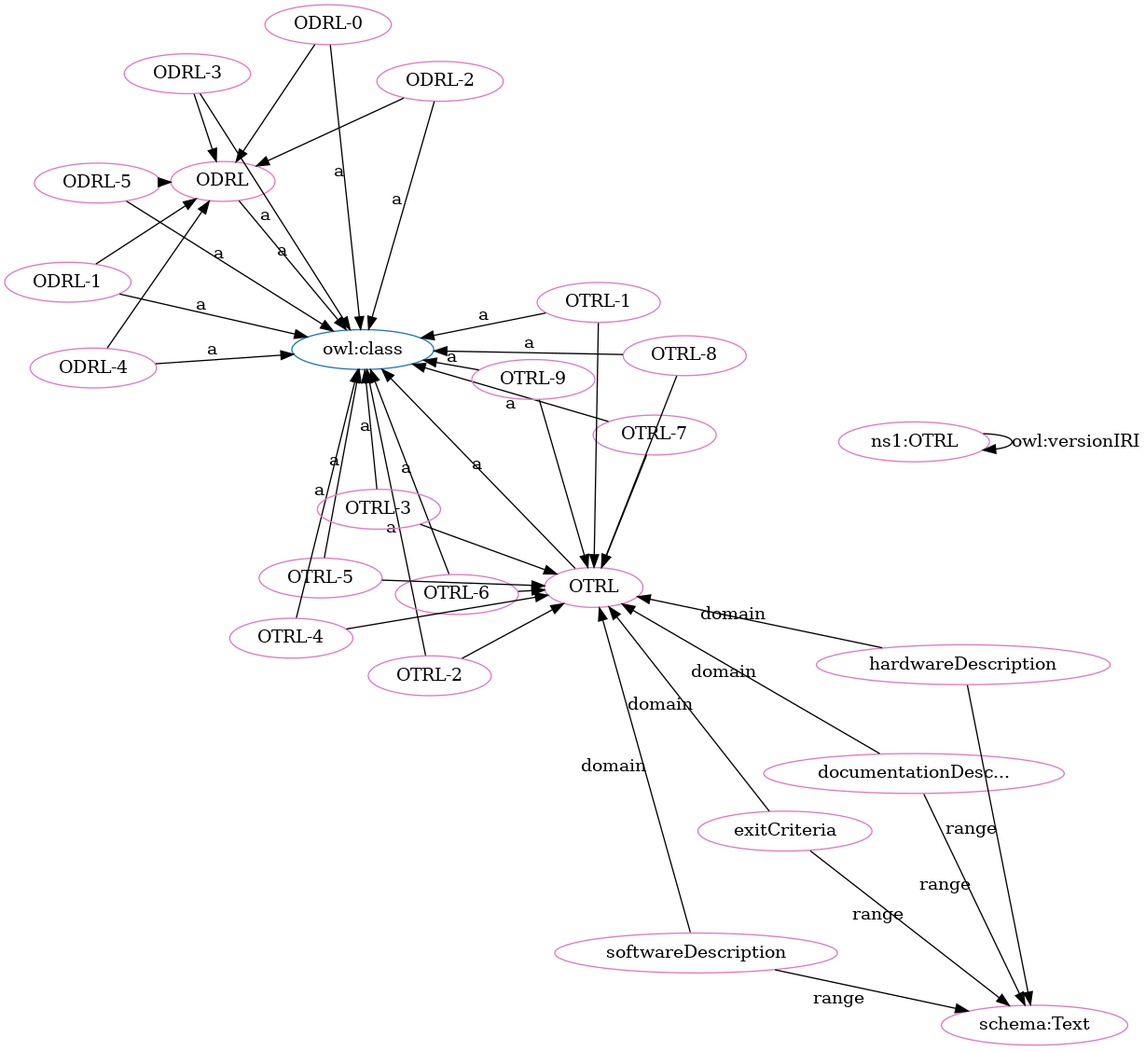
OPEN-NEXT/OKH-LOSH keeps this Graphviz diagram as OTRL-clean.png. Above is the earlier version. Its source is kept beside it as OTRL-clean.dot.
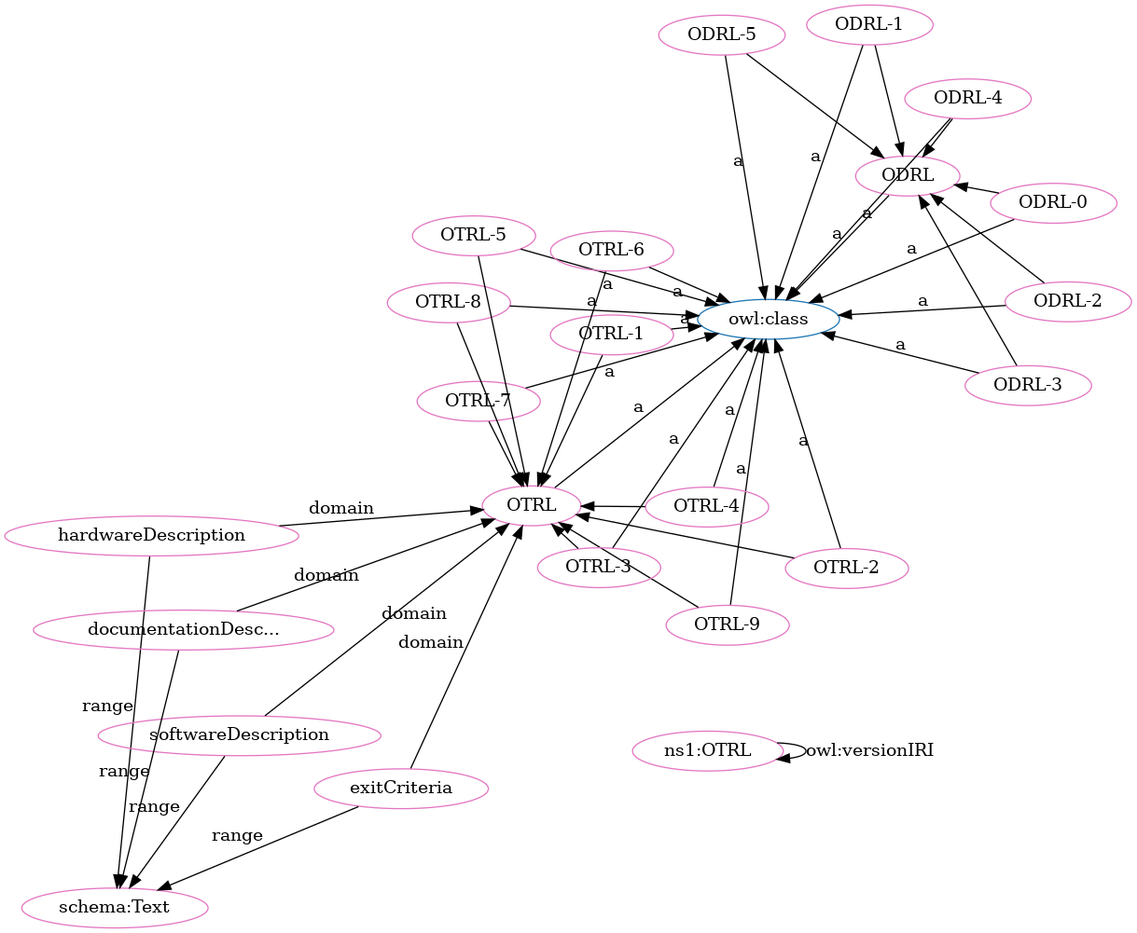
The same diagram one commit later.

The edit, as a diff of the source:
```diff
@@ -1,71 +1,71 @@
 digraph G {
   rankdir=BT
   node[height=.3]
+"http://www.w3.org/2002/07/owl#class" [fillcolor="#1f77b4" color="#1f77b4" label="owl:class"]
 "http://purl.org/oseg/ontologies/OTRL#ODRL" [fillcolor="#1f77b4" color="#1f77b4" label="ODRL"]
 "http://purl.org/oseg/ontologies/OTRL#OTRL" [fillcolor="#1f77b4" color="#1f77b4" label="OTRL"]
-"http://www.w3.org/2002/07/owl#class" [fillcolor="#1f77b4" color="#1f77b4" label="owl:class"]
-"http://purl.org/oseg/ontologies/OTRL#ODRL-3" [fillcolor="#e377c2" color="#e377c2" label="ODRL-3"]
 "http://purl.org/oseg/ontologies/OTRL#OTRL" [fillcolor="#e377c2" color="#e377c2" label="OTRL"]
+"http://purl.org/oseg/ontologies/OTRL#ODRL" [fillcolor="#e377c2" color="#e377c2" label="ODRL"]
+"http://purl.org/oseg/ontologies/OTRL#ODRL-0" [fillcolor="#e377c2" color="#e377c2" label="ODRL-0"]
 "http://schema.org/Text" [fillcolor="#e377c2" color="#e377c2" label="schema:Text"]
-"http://purl.org/oseg/ontologies/OTRL#ODRL" [fillcolor="#e377c2" color="#e377c2" label="ODRL"]
-"http://purl.org/oseg/ontologies/OTRL#OTRL-7" [fillcolor="#e377c2" color="#e377c2" label="OTRL-7"]
-"http://purl.org/oseg/ontologies/OTRL#ODRL-4" [fillcolor="#e377c2" color="#e377c2" label="ODRL-4"]
-"http://purl.org/oseg/ontologies/OTRL#OTRL-1" [fillcolor="#e377c2" color="#e377c2" label="OTRL-1"]
-"http://purl.org/oseg/ontologies/OTRL#OTRL-2" [fillcolor="#e377c2" color="#e377c2" label="OTRL-2"]
-"http://purl.org/oseg/ontologies/OTRL#softwareDescription" [fillcolor="#e377c2" color="#e377c2" label="softwareDescription"]
-"http://purl.org/oseg/ontologies/OTRL" [fillcolor="#e377c2" color="#e377c2" label="ns1:OTRL"]
-"http://purl.org/oseg/ontologies/OTRL#OTRL-6" [fillcolor="#e377c2" color="#e377c2" label="OTRL-6"]
-"http://purl.org/oseg/ontologies/OTRL#OTRL-5" [fillcolor="#e377c2" color="#e377c2" label="OTRL-5"]
-"http://purl.org/oseg/ontologies/OTRL#OTRL-9" [fillcolor="#e377c2" color="#e377c2" label="OTRL-9"]
-"http://purl.org/oseg/ontologies/OTRL#ODRL-0" [fillcolor="#e377c2" color="#e377c2" label="ODRL-0"]
+"http://purl.org/oseg/ontologies/OTRL#ODRL-5" [fillcolor="#e377c2" color="#e377c2" label="ODRL-5"]
 "http://purl.org/oseg/ontologies/OTRL#exitCriteria" [fillcolor="#e377c2" color="#e377c2" label="exitCriteria"]
 "http://purl.org/oseg/ontologies/OTRL#ODRL-2" [fillcolor="#e377c2" color="#e377c2" label="ODRL-2"]
+"http://purl.org/oseg/ontologies/OTRL#ODRL-1" [fillcolor="#e377c2" color="#e377c2" label="ODRL-1"]
+"http://purl.org/oseg/ontologies/OTRL#OTRL-9" [fillcolor="#e377c2" color="#e377c2" label="OTRL-9"]
+"http://purl.org/oseg/ontologies/OTRL#OTRL-7" [fillcolor="#e377c2" color="#e377c2" label="OTRL-7"]
+"http://purl.org/oseg/ontologies/OTRL#hardwareDescription" [fillcolor="#e377c2" color="#e377c2" label="hardwareDescription"]
+"http://purl.org/oseg/ontologies/OTRL#OTRL-1" [fillcolor="#e377c2" color="#e377c2" label="OTRL-1"]
+"http://purl.org/oseg/ontologies/OTRL" [fillcolor="#e377c2" color="#e377c2" label="ns1:OTRL"]
+"http://purl.org/oseg/ontologies/OTRL#ODRL-3" [fillcolor="#e377c2" color="#e377c2" label="ODRL-3"]
+"http://purl.org/oseg/ontologies/OTRL#OTRL-8" [fillcolor="#e377c2" color="#e377c2" label="OTRL-8"]
+"http://purl.org/oseg/ontologies/OTRL#OTRL-3" [fillcolor="#e377c2" color="#e377c2" label="OTRL-3"]
+"http://purl.org/oseg/ontologies/OTRL#OTRL-2" [fillcolor="#e377c2" color="#e377c2" label="OTRL-2"]
+"http://purl.org/oseg/ontologies/OTRL#ODRL-4" [fillcolor="#e377c2" color="#e377c2" label="ODRL-4"]
+"http://purl.org/oseg/ontologies/OTRL#OTRL-5" [fillcolor="#e377c2" color="#e377c2" label="OTRL-5"]
+"http://purl.org/oseg/ontologies/OTRL#OTRL-6" [fillcolor="#e377c2" color="#e377c2" label="OTRL-6"]
+"http://purl.org/oseg/ontologies/OTRL#softwareDescription" [fillcolor="#e377c2" color="#e377c2" label="softwareDescription"]
 "http://purl.org/oseg/ontologies/OTRL#documentationDescription" [fillcolor="#e377c2" color="#e377c2" label="documentationDesc..."]
-"http://purl.org/oseg/ontologies/OTRL#hardwareDescription" [fillcolor="#e377c2" color="#e377c2" label="hardwareDescription"]
-"http://purl.org/oseg/ontologies/OTRL#ODRL-1" [fillcolor="#e377c2" color="#e377c2" label="ODRL-1"]
-"http://purl.org/oseg/ontologies/OTRL#ODRL-5" [fillcolor="#e377c2" color="#e377c2" label="ODRL-5"]
 "http://purl.org/oseg/ontologies/OTRL#OTRL-4" [fillcolor="#e377c2" color="#e377c2" label="OTRL-4"]
-"http://purl.org/oseg/ontologies/OTRL#OTRL-3" [fillcolor="#e377c2" color="#e377c2" label="OTRL-3"]
-"http://purl.org/oseg/ontologies/OTRL#OTRL-8" [fillcolor="#e377c2" color="#e377c2" label="OTRL-8"]
-  "http://purl.org/oseg/ontologies/OTRL#ODRL-3" -> "http://www.w3.org/2002/07/owl#class" [label="a"]
-  "http://purl.org/oseg/ontologies/OTRL#softwareDescription" -> "http://schema.org/Text" [label="range"]
-  "http://purl.org/oseg/ontologies/OTRL#ODRL-1" -> "http://purl.org/oseg/ontologies/OTRL#ODRL" [label=""]
   "http://purl.org/oseg/ontologies/OTRL#exitCriteria" -> "http://purl.org/oseg/ontologies/OTRL#OTRL" [label="domain"]
+  "http://purl.org/oseg/ontologies/OTRL#ODRL-0" -> "http://www.w3.org/2002/07/owl#class" [label="a"]
+  "http://purl.org/oseg/ontologies/OTRL#exitCriteria" -> "http://schema.org/Text" [label="range"]
+  "http://purl.org/oseg/ontologies/OTRL#ODRL-5" -> "http://www.w3.org/2002/07/owl#class" [label="a"]
+  "http://purl.org/oseg/ontologies/OTRL#OTRL-7" -> "http://purl.org/oseg/ontologies/OTRL#OTRL" [label=""]
+  "http://purl.org/oseg/ontologies/OTRL#OTRL-1" -> "http://purl.org/oseg/ontologies/OTRL#OTRL" [label=""]
+  "http://purl.org/oseg/ontologies/OTRL#documentationDescription" -> "http://schema.org/Text" [label="range"]
+  "http://purl.org/oseg/ontologies/OTRL#ODRL-2" -> "http://www.w3.org/2002/07/owl#class" [label="a"]
+  "http://purl.org/oseg/ontologies/OTRL#OTRL-3" -> "http://purl.org/oseg/ontologies/OTRL#OTRL" [label=""]
+  "http://purl.org/oseg/ontologies/OTRL#OTRL-6" -> "http://purl.org/oseg/ontologies/OTRL#OTRL" [label=""]
+  "http://purl.org/oseg/ontologies/OTRL#OTRL-9" -> "http://www.w3.org/2002/07/owl#class" [label="a"]
   "http://purl.org/oseg/ontologies/OTRL#OTRL-7" -> "http://www.w3.org/2002/07/owl#class" [label="a"]
   "http://purl.org/oseg/ontologies/OTRL#OTRL-1" -> "http://www.w3.org/2002/07/owl#class" [label="a"]
-  "http://purl.org/oseg/ontologies/OTRL#ODRL-5" -> "http://purl.org/oseg/ontologies/OTRL#ODRL" [label=""]
+  "http://purl.org/oseg/ontologies/OTRL#OTRL-3" -> "http://www.w3.org/2002/07/owl#class" [label="a"]
+  "http://purl.org/oseg/ontologies/OTRL#ODRL-4" -> "http://purl.org/oseg/ontologies/OTRL#ODRL" [label=""]
+  "http://purl.org/oseg/ontologies/OTRL#OTRL-4" -> "http://purl.org/oseg/ontologies/OTRL#OTRL" [label=""]
+  "http://purl.org/oseg/ontologies/OTRL#ODRL-1" -> "http://purl.org/oseg/ontologies/OTRL#ODRL" [label=""]
+  "http://purl.org/oseg/ontologies/OTRL#OTRL-6" -> "http://www.w3.org/2002/07/owl#class" [label="a"]
+  "http://purl.org/oseg/ontologies/OTRL#softwareDescription" -> "http://schema.org/Text" [label="range"]
+  "http://purl.org/oseg/ontologies/OTRL#OTRL-2" -> "http://purl.org/oseg/ontologies/OTRL#OTRL" [label=""]
+  "http://purl.org/oseg/ontologies/OTRL#ODRL" -> "http://www.w3.org/2002/07/owl#class" [label="a"]
   "http://purl.org/oseg/ontologies/OTRL#ODRL-3" -> "http://purl.org/oseg/ontologies/OTRL#ODRL" [label=""]
-  "http://purl.org/oseg/ontologies/OTRL#OTRL-3" -> "http://purl.org/oseg/ontologies/OTRL#OTRL" [label=""]
-  "http://purl.org/oseg/ontologies/OTRL#OTRL-9" -> "http://www.w3.org/2002/07/owl#class" [label="a"]
-  "http://purl.org/oseg/ontologies/OTRL#ODRL-2" -> "http://purl.org/oseg/ontologies/OTRL#ODRL" [label=""]
-  "http://purl.org/oseg/ontologies/OTRL#ODRL" -> "http://www.w3.org/2002/07/owl#class" [label="a"]
-  "http://purl.org/oseg/ontologies/OTRL#hardwareDescription" -> "http://schema.org/Text" [label="range"]
-  "http://purl.org/oseg/ontologies/OTRL#OTRL-7" -> "http://purl.org/oseg/ontologies/OTRL#OTRL" [label=""]
-  "http://purl.org/oseg/ontologies/OTRL#OTRL-1" -> "http://purl.org/oseg/ontologies/OTRL#OTRL" [label=""]
-  "http://purl.org/oseg/ontologies/OTRL#OTRL-2" -> "http://purl.org/oseg/ontologies/OTRL#OTRL" [label=""]
-  "http://purl.org/oseg/ontologies/OTRL#ODRL-5" -> "http://www.w3.org/2002/07/owl#class" [label="a"]
   "http://purl.org/oseg/ontologies/OTRL#OTRL-4" -> "http://www.w3.org/2002/07/owl#class" [label="a"]
   "http://purl.org/oseg/ontologies/OTRL#documentationDescription" -> "http://purl.org/oseg/ontologies/OTRL#OTRL" [label="domain"]
-  "http://purl.org/oseg/ontologies/OTRL#OTRL-3" -> "http://www.w3.org/2002/07/owl#class" [label="a"]
-  "http://purl.org/oseg/ontologies/OTRL#OTRL-9" -> "http://purl.org/oseg/ontologies/OTRL#OTRL" [label=""]
-  "http://purl.org/oseg/ontologies/OTRL#ODRL-4" -> "http://www.w3.org/2002/07/owl#class" [label="a"]
-  "http://purl.org/oseg/ontologies/OTRL#OTRL" -> "http://www.w3.org/2002/07/owl#class" [label="a"]
-  "http://purl.org/oseg/ontologies/OTRL#OTRL-2" -> "http://www.w3.org/2002/07/owl#class" [label="a"]
-  "http://purl.org/oseg/ontologies/OTRL" -> "http://purl.org/oseg/ontologies/OTRL" [label="owl:versionIRI"]
-  "http://purl.org/oseg/ontologies/OTRL#OTRL-6" -> "http://purl.org/oseg/ontologies/OTRL#OTRL" [label=""]
-  "http://purl.org/oseg/ontologies/OTRL#OTRL-6" -> "http://www.w3.org/2002/07/owl#class" [label="a"]
-  "http://purl.org/oseg/ontologies/OTRL#OTRL-5" -> "http://purl.org/oseg/ontologies/OTRL#OTRL" [label=""]
-  "http://purl.org/oseg/ontologies/OTRL#OTRL-5" -> "http://www.w3.org/2002/07/owl#class" [label="a"]
-  "http://purl.org/oseg/ontologies/OTRL#exitCriteria" -> "http://schema.org/Text" [label="range"]
-  "http://purl.org/oseg/ontologies/OTRL#softwareDescription" -> "http://purl.org/oseg/ontologies/OTRL#OTRL" [label="domain"]
-  "http://purl.org/oseg/ontologies/OTRL#ODRL-0" -> "http://www.w3.org/2002/07/owl#class" [label="a"]
-  "http://purl.org/oseg/ontologies/OTRL#OTRL-4" -> "http://purl.org/oseg/ontologies/OTRL#OTRL" [label=""]
-  "http://purl.org/oseg/ontologies/OTRL#ODRL-4" -> "http://purl.org/oseg/ontologies/OTRL#ODRL" [label=""]
-  "http://purl.org/oseg/ontologies/OTRL#documentationDescription" -> "http://schema.org/Text" [label="range"]
-  "http://purl.org/oseg/ontologies/OTRL#ODRL-2" -> "http://www.w3.org/2002/07/owl#class" [label="a"]
-  "http://purl.org/oseg/ontologies/OTRL#ODRL-0" -> "http://purl.org/oseg/ontologies/OTRL#ODRL" [label=""]
-  "http://purl.org/oseg/ontologies/OTRL#ODRL-1" -> "http://www.w3.org/2002/07/owl#class" [label="a"]
+  "http://purl.org/oseg/ontologies/OTRL#ODRL-5" -> "http://purl.org/oseg/ontologies/OTRL#ODRL" [label=""]
   "http://purl.org/oseg/ontologies/OTRL#hardwareDescription" -> "http://purl.org/oseg/ontologies/OTRL#OTRL" [label="domain"]
   "http://purl.org/oseg/ontologies/OTRL#OTRL-8" -> "http://purl.org/oseg/ontologies/OTRL#OTRL" [label=""]
+  "http://purl.org/oseg/ontologies/OTRL#ODRL-1" -> "http://www.w3.org/2002/07/owl#class" [label="a"]
+  "http://purl.org/oseg/ontologies/OTRL#OTRL-5" -> "http://purl.org/oseg/ontologies/OTRL#OTRL" [label=""]
+  "http://purl.org/oseg/ontologies/OTRL#ODRL-0" -> "http://purl.org/oseg/ontologies/OTRL#ODRL" [label=""]
+  "http://purl.org/oseg/ontologies/OTRL#ODRL-3" -> "http://www.w3.org/2002/07/owl#class" [label="a"]
+  "http://purl.org/oseg/ontologies/OTRL#OTRL" -> "http://www.w3.org/2002/07/owl#class" [label="a"]
+  "http://purl.org/oseg/ontologies/OTRL" -> "http://purl.org/oseg/ontologies/OTRL" [label="owl:versionIRI"]
   "http://purl.org/oseg/ontologies/OTRL#OTRL-8" -> "http://www.w3.org/2002/07/owl#class" [label="a"]
+  "http://purl.org/oseg/ontologies/OTRL#OTRL-2" -> "http://www.w3.org/2002/07/owl#class" [label="a"]
+  "http://purl.org/oseg/ontologies/OTRL#OTRL-9" -> "http://purl.org/oseg/ontologies/OTRL#OTRL" [label=""]
+  "http://purl.org/oseg/ontologies/OTRL#ODRL-2" -> "http://purl.org/oseg/ontologies/OTRL#ODRL" [label=""]
+  "http://purl.org/oseg/ontologies/OTRL#ODRL-4" -> "http://www.w3.org/2002/07/owl#class" [label="a"]
+  "http://purl.org/oseg/ontologies/OTRL#OTRL-5" -> "http://www.w3.org/2002/07/owl#class" [label="a"]
+  "http://purl.org/oseg/ontologies/OTRL#hardwareDescription" -> "http://schema.org/Text" [label="range"]
+  "http://purl.org/oseg/ontologies/OTRL#softwareDescription" -> "http://purl.org/oseg/ontologies/OTRL#OTRL" [label="domain"]
 }
```
